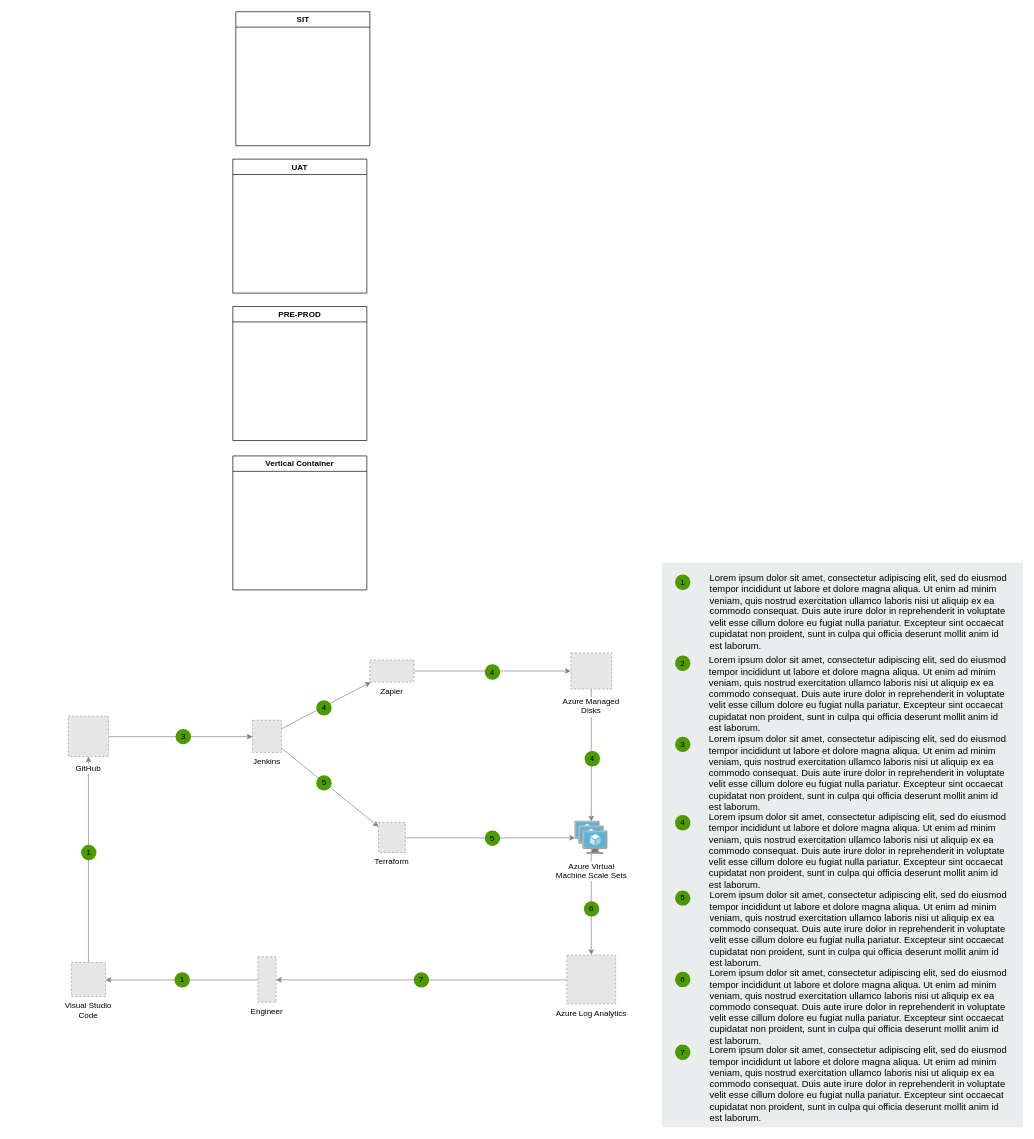
Before: Untitled Diagram.drawio in kittunotes/devops_architecture, a draw.io diagram. Source tidied: cells renumbered, new cells numbered last; positions are measured from the earlier drawing's top-left corner, leaving out a move shared by most shapes. Both pictures are drawn from the tidied source at 67%, with x=0, y=0 at pixel (68, 11). Pictures stored in the file or linked from it are replaced by grey dashed boxes.
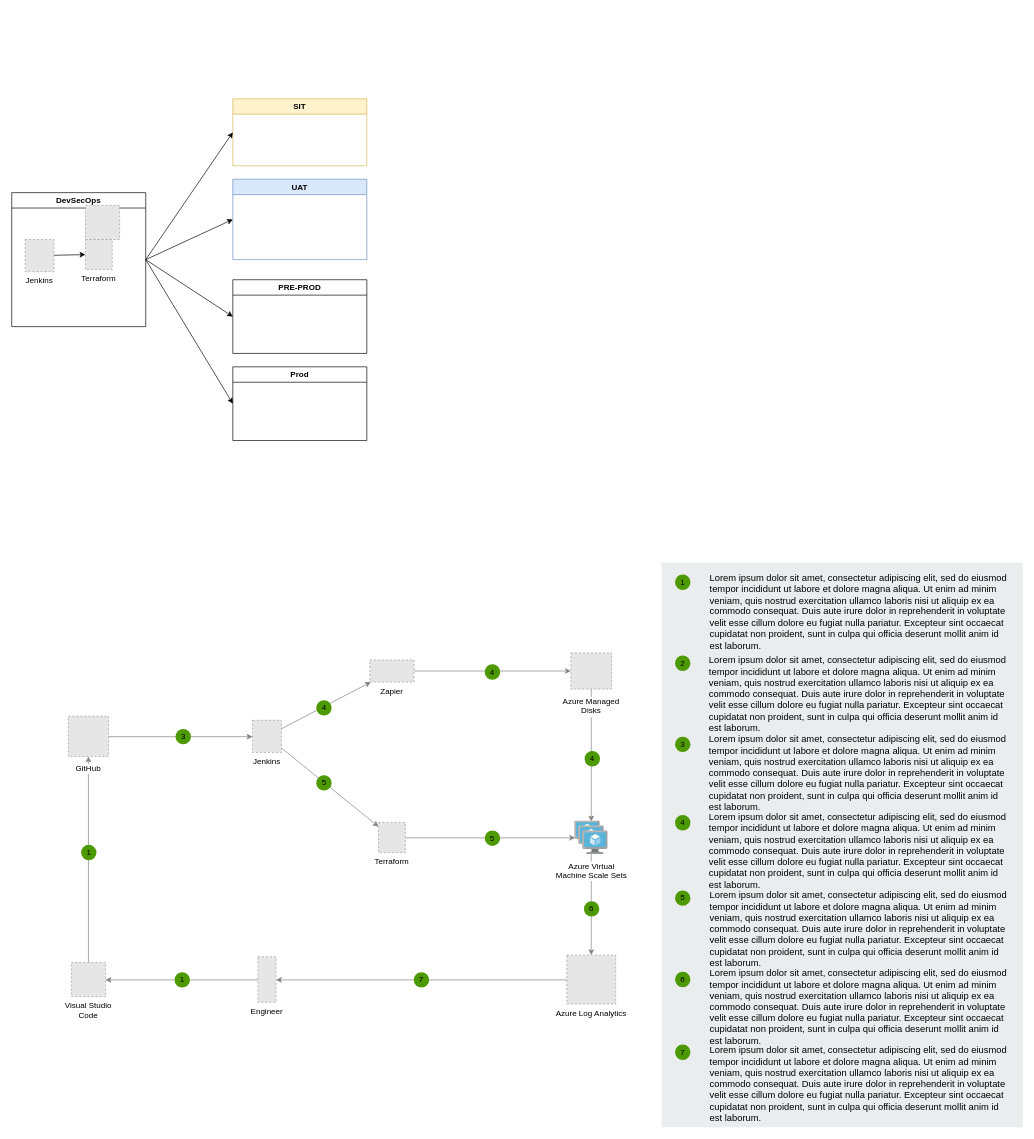
Above is the later version.

Change to the diagram source:
```diff
@@
     <mxCell id="46" value="PRE-PROD" style="swimlane;whiteSpace=wrap;html=1;" parent="1" vertex="1">
-      <mxGeometry x="246" y="440" width="200" height="200" as="geometry" />
+      <mxGeometry x="246" y="400" width="200" height="110" as="geometry" />
     </mxCell>
-    <mxCell id="47" value="SIT" style="swimlane;whiteSpace=wrap;html=1;" parent="1" vertex="1">
-      <mxGeometry x="250.5" width="200" height="200" as="geometry" />
+    <mxCell id="47" value="SIT" style="swimlane;whiteSpace=wrap;html=1;fillColor=#fff2cc;strokeColor=#d6b656;" parent="1" vertex="1">
+      <mxGeometry x="246" y="130" width="200" height="100" as="geometry" />
     </mxCell>
-    <mxCell id="48" value="UAT" style="swimlane;whiteSpace=wrap;html=1;" parent="1" vertex="1">
-      <mxGeometry x="246" y="220" width="200" height="200" as="geometry" />
+    <mxCell id="48" value="UAT" style="swimlane;whiteSpace=wrap;html=1;fillColor=#dae8fc;strokeColor=#6c8ebf;" parent="1" vertex="1">
+      <mxGeometry x="246" y="250" width="200" height="120" as="geometry" />
     </mxCell>
+    <mxCell id="50" style="edgeStyle=none;rounded=0;jettySize=auto;html=1;entryX=0;entryY=0.5;entryDx=0;entryDy=0;exitX=1;exitY=0.5;exitDx=0;exitDy=0;" parent="1" edge="1" source="49" target="47">
+      <mxGeometry relative="1" as="geometry" />
+    </mxCell>
+    <mxCell id="51" style="edgeStyle=none;rounded=0;jettySize=auto;html=1;exitX=1;exitY=0.5;exitDx=0;exitDy=0;" parent="1" edge="1" source="49">
+      <mxGeometry relative="1" as="geometry">
+        <mxPoint x="246" y="310" as="targetPoint" />
+      </mxGeometry>
+    </mxCell>
+    <mxCell id="52" style="edgeStyle=none;rounded=0;jettySize=auto;html=1;entryX=0;entryY=0.5;entryDx=0;entryDy=0;exitX=1;exitY=0.5;exitDx=0;exitDy=0;" parent="1" edge="1" source="49" target="46">
+      <mxGeometry relative="1" as="geometry" />
+    </mxCell>
+    <mxCell id="53" style="edgeStyle=none;rounded=0;jettySize=auto;html=1;entryX=0;entryY=0.5;entryDx=0;entryDy=0;exitX=1;exitY=0.5;exitDx=0;exitDy=0;" parent="1" edge="1" source="49" target="58">
+      <mxGeometry relative="1" as="geometry" />
+    </mxCell>
-    <mxCell id="49" value="Vertical Container" style="swimlane;whiteSpace=wrap;html=1;" parent="1" vertex="1">
-      <mxGeometry x="246" y="663" width="200" height="200" as="geometry" />
+    <mxCell id="49" value="DevSecOps" style="swimlane;whiteSpace=wrap;html=1;" parent="1" vertex="1">
+      <mxGeometry x="-84" y="270" width="200" height="200" as="geometry" />
     </mxCell>
+    <mxCell id="54" style="edgeStyle=none;rounded=0;jettySize=auto;html=1;entryX=0;entryY=0.5;entryDx=0;entryDy=0;" parent="49" edge="1" source="55" target="56">
+      <mxGeometry relative="1" as="geometry" />
+    </mxCell>
+    <mxCell id="55" value="Jenkins" style="fillColor=#E6E6E6;strokeColor=#999999;dashed=1;verticalLabelPosition=bottom;labelBackgroundColor=none;verticalAlign=top;" parent="49" vertex="1">
+      <mxGeometry x="20" y="70" width="43" height="48" as="geometry" />
+    </mxCell>
+    <mxCell id="56" value="Terraform" style="fillColor=#E6E6E6;strokeColor=#999999;dashed=1;verticalLabelPosition=bottom;labelBackgroundColor=none;verticalAlign=top;" parent="49" vertex="1">
+      <mxGeometry x="110" y="70" width="40" height="45" as="geometry" />
+    </mxCell>
+    <mxCell id="57" style="fillColor=#E6E6E6;strokeColor=#999999;dashed=1;html=1;verticalAlign=top;verticalLabelPosition=bottom;labelBackgroundColor=#ffffff;" parent="49" vertex="1">
+      <mxGeometry x="110" y="19" width="51" height="51" as="geometry" />
+    </mxCell>
+    <mxCell id="58" value="Prod" style="swimlane;whiteSpace=wrap;html=1;" parent="1" vertex="1">
+      <mxGeometry x="246" y="530" width="200" height="110" as="geometry" />
+    </mxCell>
```
